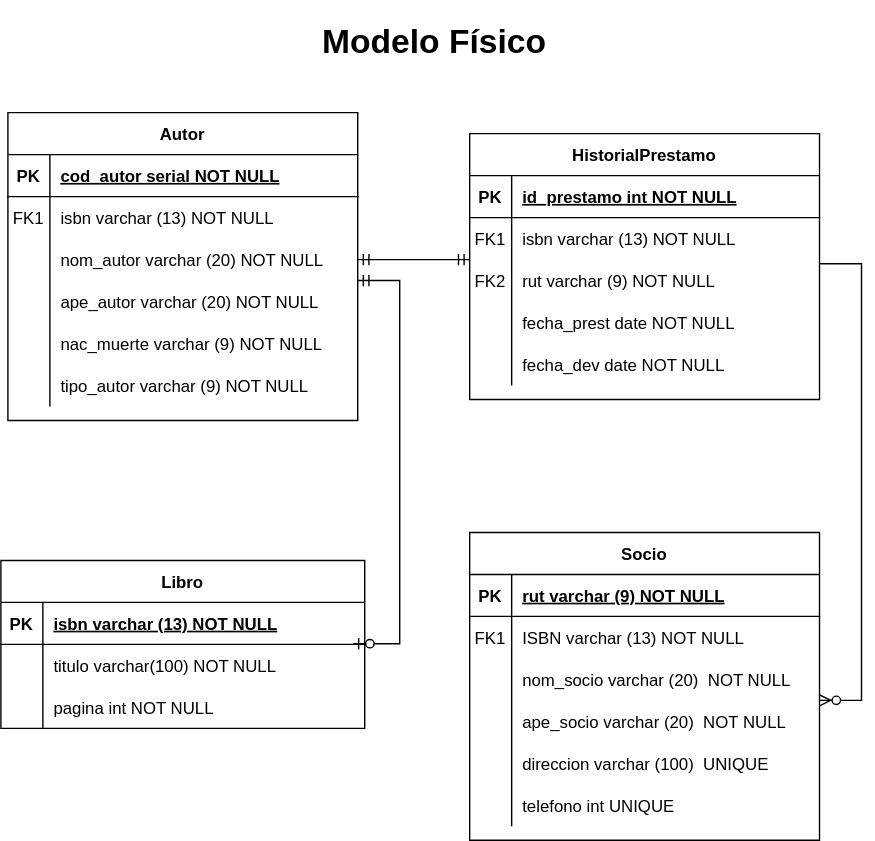
Before: Modelo fisico.drawio.svg, a diagram exported from draw.io (FranSantander/-Biblioteca). Source tidied: cells renumbered, new cells last; positions are measured from the earlier drawing's top-left corner, leaving out a move shared by most shapes.
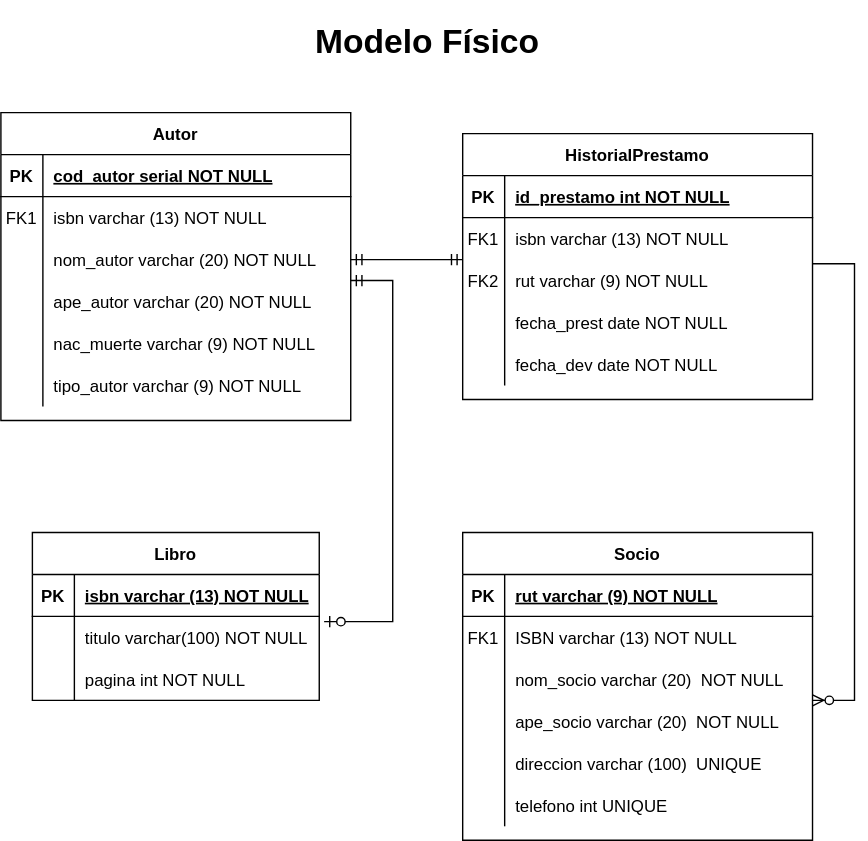
The same file after the commit.

The edit, as a diff of the source:
```diff
@@ -119,7 +119,7 @@
     <mxCell id="39" value="&lt;h1&gt;Modelo Físico&lt;/h1&gt;" style="text;html=1;strokeColor=none;fillColor=none;spacing=5;spacingTop=-20;whiteSpace=wrap;overflow=hidden;rounded=0;" parent="1" vertex="1">
       <mxGeometry x="225" width="170" height="40" as="geometry" />
     </mxCell>
-    <mxCell id="40" style="edgeStyle=entityRelationEdgeStyle;fontSize=12;html=1;endArrow=ERzeroToOne;startArrow=ERmandOne;rounded=0;entryX=0.968;entryY=-0.016;entryDx=0;entryDy=0;exitX=1;exitY=0.5;exitDx=0;exitDy=0;jumpStyle=none;entryPerimeter=0;" parent="1" edge="1" target="64">
+    <mxCell id="40" style="edgeStyle=entityRelationEdgeStyle;fontSize=12;html=1;endArrow=ERzeroToOne;startArrow=ERmandOne;rounded=0;entryX=1.017;entryY=0.125;entryDx=0;entryDy=0;exitX=1;exitY=0.5;exitDx=0;exitDy=0;jumpStyle=none;entryPerimeter=0;" parent="1" edge="1" target="64">
       <mxGeometry relative="1" as="geometry">
         <mxPoint x="255" y="190" as="sourcePoint" />
       </mxGeometry>
@@ -182,34 +182,34 @@
       <mxGeometry x="30" width="220" height="30" as="geometry" />
     </mxCell>
     <mxCell id="60" value="Libro" style="shape=table;startSize=30;rowLines=0;fontStyle=1;align=center;" parent="1" vertex="1">
-      <mxGeometry y="390" width="260" height="120" as="geometry" />
+      <mxGeometry x="27.5" y="370" width="205" height="120" as="geometry" />
     </mxCell>
     <mxCell id="61" style="shape=partialRectangle;fillColor=none;top=0;left=0;right=0;bottom=1;" parent="60" vertex="1">
-      <mxGeometry y="30" width="260" height="30" as="geometry" />
+      <mxGeometry y="30" width="205" height="30" as="geometry" />
     </mxCell>
     <mxCell id="62" value="PK" style="shape=partialRectangle;overflow=hidden;fillColor=none;top=0;left=0;bottom=0;right=0;fontStyle=1;" parent="61" vertex="1">
       <mxGeometry width="30" height="30" as="geometry" />
     </mxCell>
     <mxCell id="63" value="isbn varchar (13) NOT NULL " style="shape=partialRectangle;overflow=hidden;fillColor=none;top=0;left=0;bottom=0;right=0;align=left;spacingLeft=6;fontStyle=5;" parent="61" vertex="1">
-      <mxGeometry x="30" width="230" height="30" as="geometry" />
+      <mxGeometry x="30" width="175" height="30" as="geometry" />
     </mxCell>
     <mxCell id="64" style="shape=partialRectangle;fillColor=none;points=[[0,0.5],[1,0.5]];portConstraint=eastwest;top=0;left=0;right=0;bottom=0;" parent="60" vertex="1">
-      <mxGeometry y="60" width="260" height="30" as="geometry" />
+      <mxGeometry y="60" width="205" height="30" as="geometry" />
     </mxCell>
     <mxCell id="65" style="shape=partialRectangle;overflow=hidden;fillColor=none;top=0;left=0;bottom=0;right=0;" parent="64" vertex="1">
       <mxGeometry width="30" height="30" as="geometry" />
     </mxCell>
     <mxCell id="66" value="titulo varchar(100) NOT NULL" style="shape=partialRectangle;overflow=hidden;fillColor=none;top=0;left=0;bottom=0;right=0;align=left;spacingLeft=6;" parent="64" vertex="1">
-      <mxGeometry x="30" width="230" height="30" as="geometry" />
+      <mxGeometry x="30" width="175" height="30" as="geometry" />
     </mxCell>
     <mxCell id="67" style="shape=partialRectangle;fillColor=none;top=0;left=0;right=0;bottom=0;" parent="60" vertex="1">
-      <mxGeometry y="90" width="260" height="30" as="geometry" />
+      <mxGeometry y="90" width="205" height="30" as="geometry" />
     </mxCell>
     <mxCell id="68" style="shape=partialRectangle;overflow=hidden;fillColor=none;top=0;left=0;bottom=0;right=0;" parent="67" vertex="1">
       <mxGeometry width="30" height="30" as="geometry" />
     </mxCell>
     <mxCell id="69" value="pagina int NOT NULL" style="shape=partialRectangle;overflow=hidden;fillColor=none;top=0;left=0;bottom=0;right=0;align=left;spacingLeft=6;" parent="67" vertex="1">
-      <mxGeometry x="30" width="230" height="30" as="geometry" />
+      <mxGeometry x="30" width="175" height="30" as="geometry" />
     </mxCell>
   </root>
 </mxGraphModel>
```
